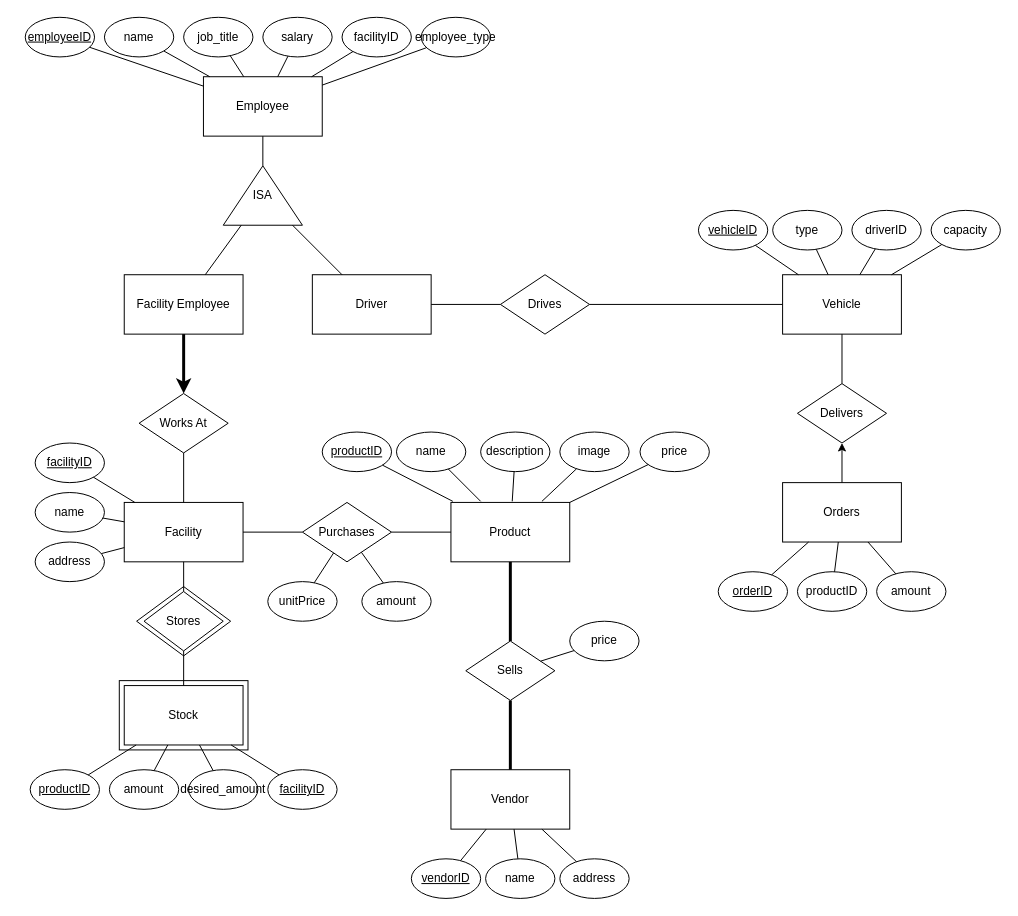
Lorant7/ManageMore keeps this draw.io diagram as ER Diagram Final.drawio. Above is the earlier version. Source tidied: cells renumbered, new cells numbered last; positions are measured from the earlier drawing's top-left corner, leaving out a move shared by most shapes. Both pictures are drawn from the tidied source at 99%, with x=0, y=0 at pixel (25, 17).
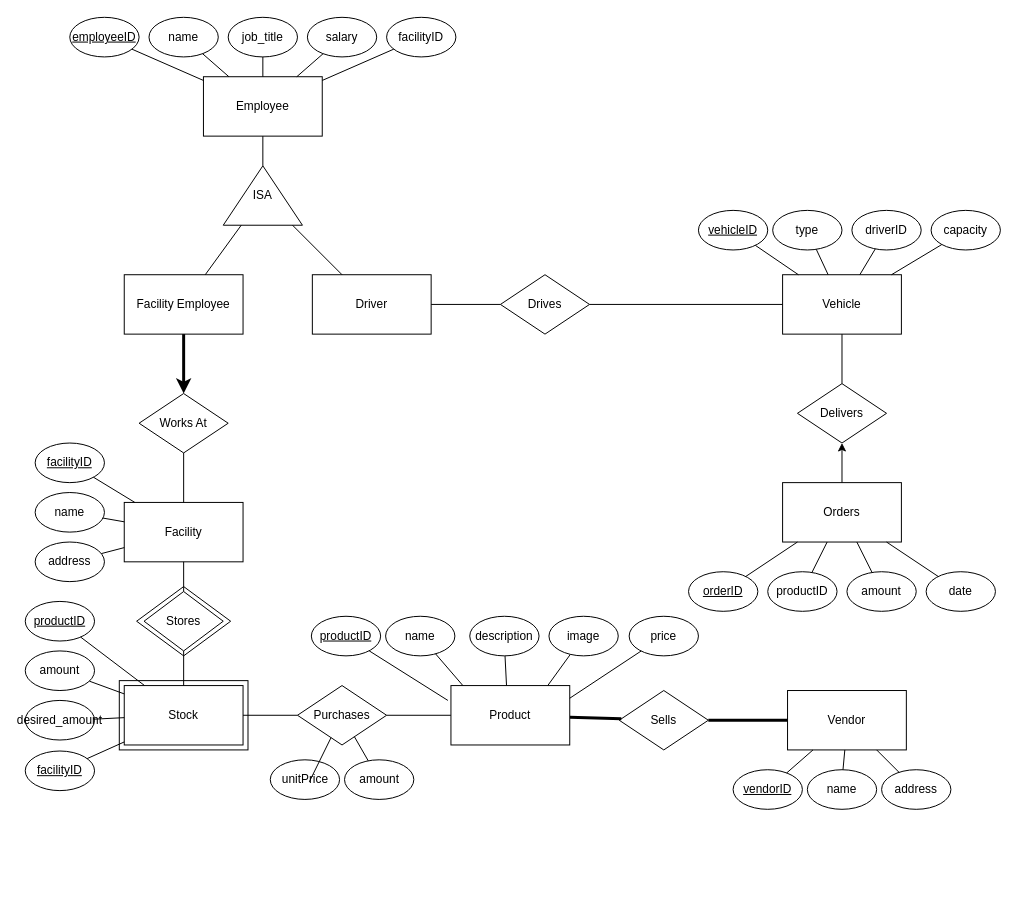
After the change.

Unchanged cells that the change refers to:
```xml
<mxCell id="5" value="Employee" style="rounded=0;whiteSpace=wrap;html=1;" parent="1" vertex="1">
  <mxGeometry x="180" y="60" width="120" height="60" as="geometry" />
</mxCell>
<mxCell id="7" value="Stock" style="rounded=0;whiteSpace=wrap;html=1;" parent="1" vertex="1">
  <mxGeometry x="100" y="675" width="120" height="60" as="geometry" />
</mxCell>
<mxCell id="8" value="Facility" style="rounded=0;whiteSpace=wrap;html=1;" parent="1" vertex="1">
  <mxGeometry x="100" y="490" width="120" height="60" as="geometry" />
</mxCell>
<mxCell id="16" value="Orders" style="rounded=0;whiteSpace=wrap;html=1;" parent="1" vertex="1">
  <mxGeometry x="765" y="470" width="120" height="60" as="geometry" />
</mxCell>
```

What changed in the source:
```diff
@@
-    <mxCell id="6" value="Product" style="rounded=0;whiteSpace=wrap;html=1;" parent="1" vertex="1">
-      <mxGeometry x="430" y="490" width="120" height="60" as="geometry" />
-    </mxCell>
@@
     <mxCell id="15" value="Vendor" style="rounded=0;whiteSpace=wrap;html=1;" parent="1" vertex="1">
-      <mxGeometry x="430" y="760" width="120" height="60" as="geometry" />
+      <mxGeometry x="770" y="680" width="120" height="60" as="geometry" />
     </mxCell>
@@
     <mxCell id="18" value="Sells" style="rhombus;whiteSpace=wrap;html=1;" parent="1" vertex="1">
-      <mxGeometry x="445" y="630" width="90" height="60" as="geometry" />
+      <mxGeometry x="600" y="680" width="90" height="60" as="geometry" />
     </mxCell>
     <mxCell id="19" value="Purchases" style="rhombus;whiteSpace=wrap;html=1;" parent="1" vertex="1">
-      <mxGeometry x="280" y="490" width="90" height="60" as="geometry" />
+      <mxGeometry x="275" y="675" width="90" height="60" as="geometry" />
     </mxCell>
@@
-    <mxCell id="27" style="endArrow=none;html=1;rounded=0;" parent="1" edge="1" source="19" target="8">
+    <mxCell id="27" style="endArrow=none;html=1;rounded=0;" parent="1" edge="1" source="19" target="7">
       <mxGeometry relative="1" as="geometry" />
     </mxCell>
@@
     <mxCell id="35" value="&lt;u&gt;employeeID&lt;/u&gt;" style="ellipse;whiteSpace=wrap;html=1;" parent="1" vertex="1">
-      <mxGeometry width="70" height="40" as="geometry" />
+      <mxGeometry x="45" width="70" height="40" as="geometry" />
     </mxCell>
-    <mxCell id="36" value="employee_type" style="ellipse;whiteSpace=wrap;html=1;" parent="1" vertex="1">
-      <mxGeometry x="400" width="70" height="40" as="geometry" />
-    </mxCell>
     <mxCell id="37" value="facilityID" style="ellipse;whiteSpace=wrap;html=1;" parent="1" vertex="1">
-      <mxGeometry x="320" width="70" height="40" as="geometry" />
+      <mxGeometry x="365" width="70" height="40" as="geometry" />
     </mxCell>
     <mxCell id="38" value="salary" style="ellipse;whiteSpace=wrap;html=1;" parent="1" vertex="1">
-      <mxGeometry x="240" width="70" height="40" as="geometry" />
+      <mxGeometry x="285" width="70" height="40" as="geometry" />
     </mxCell>
     <mxCell id="39" value="job_title" style="ellipse;whiteSpace=wrap;html=1;" parent="1" vertex="1">
-      <mxGeometry x="160" width="70" height="40" as="geometry" />
+      <mxGeometry x="205" width="70" height="40" as="geometry" />
     </mxCell>
     <mxCell id="40" value="name" style="ellipse;whiteSpace=wrap;html=1;" parent="1" vertex="1">
-      <mxGeometry x="80" width="70" height="40" as="geometry" />
+      <mxGeometry x="125" width="70" height="40" as="geometry" />
     </mxCell>
-    <mxCell id="41" style="endArrow=none;html=1;rounded=0;" parent="1" edge="1" source="5" target="36">
-      <mxGeometry relative="1" as="geometry" />
-    </mxCell>
@@
     <mxCell id="53" value="amount" style="ellipse;whiteSpace=wrap;html=1;" parent="1" vertex="1">
-      <mxGeometry x="85" y="760" width="70" height="40" as="geometry" />
+      <mxGeometry y="640" width="70" height="40" as="geometry" />
     </mxCell>
     <mxCell id="54" value="&lt;u&gt;facilityID&lt;/u&gt;" style="ellipse;whiteSpace=wrap;html=1;" parent="1" vertex="1">
-      <mxGeometry x="245" y="760" width="70" height="40" as="geometry" />
+      <mxGeometry y="741.1" width="70" height="40" as="geometry" />
     </mxCell>
     <mxCell id="55" value="desired_amount" style="ellipse;whiteSpace=wrap;html=1;" parent="1" vertex="1">
-      <mxGeometry x="165" y="760" width="70" height="40" as="geometry" />
+      <mxGeometry y="690" width="70" height="40" as="geometry" />
     </mxCell>
     <mxCell id="56" value="&lt;u&gt;productID&lt;/u&gt;" style="ellipse;whiteSpace=wrap;html=1;" parent="1" vertex="1">
-      <mxGeometry x="5" y="760" width="70" height="40" as="geometry" />
+      <mxGeometry y="590" width="70" height="40" as="geometry" />
     </mxCell>
@@
     <mxCell id="69" value="address" style="ellipse;whiteSpace=wrap;html=1;" parent="1" vertex="1">
-      <mxGeometry x="540" y="850" width="70" height="40" as="geometry" />
+      <mxGeometry x="865" y="760" width="70" height="40" as="geometry" />
     </mxCell>
     <mxCell id="70" value="name" style="ellipse;whiteSpace=wrap;html=1;" parent="1" vertex="1">
-      <mxGeometry x="465" y="850" width="70" height="40" as="geometry" />
+      <mxGeometry x="790" y="760" width="70" height="40" as="geometry" />
     </mxCell>
     <mxCell id="71" value="&lt;u&gt;vendorID&lt;/u&gt;" style="ellipse;whiteSpace=wrap;html=1;" parent="1" vertex="1">
-      <mxGeometry x="390" y="850" width="70" height="40" as="geometry" />
+      <mxGeometry x="715" y="760" width="70" height="40" as="geometry" />
     </mxCell>
@@
     <mxCell id="75" value="image" style="ellipse;whiteSpace=wrap;html=1;" parent="1" vertex="1">
-      <mxGeometry x="540" y="418.9" width="70" height="40" as="geometry" />
+      <mxGeometry x="529" y="605" width="70" height="40" as="geometry" />
     </mxCell>
     <mxCell id="76" value="description" style="ellipse;whiteSpace=wrap;html=1;" parent="1" vertex="1">
-      <mxGeometry x="460" y="418.9" width="70" height="40" as="geometry" />
+      <mxGeometry x="449" y="605" width="70" height="40" as="geometry" />
     </mxCell>
     <mxCell id="77" value="name" style="ellipse;whiteSpace=wrap;html=1;" parent="1" vertex="1">
-      <mxGeometry x="375" y="418.9" width="70" height="40" as="geometry" />
+      <mxGeometry x="364" y="605" width="70" height="40" as="geometry" />
     </mxCell>
     <mxCell id="78" value="&lt;u&gt;productID&lt;/u&gt;" style="ellipse;whiteSpace=wrap;html=1;" parent="1" vertex="1">
-      <mxGeometry x="300" y="418.9" width="70" height="40" as="geometry" />
+      <mxGeometry x="289" y="605" width="70" height="40" as="geometry" />
     </mxCell>
     <mxCell id="79" style="endArrow=none;html=1;rounded=0;" parent="1" edge="1" target="77">
       <mxGeometry relative="1" as="geometry">
-        <mxPoint x="460" y="488.9" as="sourcePoint" />
+        <mxPoint x="455" y="690" as="sourcePoint" />
       </mxGeometry>
     </mxCell>
     <mxCell id="80" style="endArrow=none;html=1;rounded=0;" parent="1" edge="1" source="76">
       <mxGeometry relative="1" as="geometry">
-        <mxPoint x="491.9" y="488.9" as="targetPoint" />
+        <mxPoint x="486.9" y="690" as="targetPoint" />
       </mxGeometry>
     </mxCell>
     <mxCell id="81" style="endArrow=none;html=1;rounded=0;" parent="1" edge="1" target="75">
       <mxGeometry relative="1" as="geometry">
-        <mxPoint x="521.9" y="488.9" as="sourcePoint" />
+        <mxPoint x="516.9" y="690" as="sourcePoint" />
       </mxGeometry>
     </mxCell>
     <mxCell id="82" style="endArrow=none;html=1;rounded=0;" parent="1" edge="1" target="78">
       <mxGeometry relative="1" as="geometry">
-        <mxPoint x="431.9" y="488.9" as="sourcePoint" />
+        <mxPoint x="426.9" y="690" as="sourcePoint" />
       </mxGeometry>
     </mxCell>
-    <mxCell id="83" value="price" style="ellipse;whiteSpace=wrap;html=1;" parent="1" vertex="1">
-      <mxGeometry x="550" y="610" width="70" height="40" as="geometry" />
-    </mxCell>
-    <mxCell id="84" style="endArrow=none;html=1;rounded=0;" parent="1" edge="1" source="18" target="83">
-      <mxGeometry relative="1" as="geometry" />
-    </mxCell>
     <mxCell id="85" value="amount" style="ellipse;whiteSpace=wrap;html=1;" parent="1" vertex="1">
-      <mxGeometry x="860" y="560" width="70" height="40" as="geometry" />
+      <mxGeometry x="830" y="560" width="70" height="40" as="geometry" />
     </mxCell>
     <mxCell id="86" value="productID" style="ellipse;whiteSpace=wrap;html=1;" parent="1" vertex="1">
-      <mxGeometry x="780" y="560" width="70" height="40" as="geometry" />
+      <mxGeometry x="750" y="560" width="70" height="40" as="geometry" />
     </mxCell>
     <mxCell id="87" value="&lt;u&gt;orderID&lt;/u&gt;" style="ellipse;whiteSpace=wrap;html=1;" parent="1" vertex="1">
-      <mxGeometry x="700" y="560" width="70" height="40" as="geometry" />
+      <mxGeometry x="670" y="560" width="70" height="40" as="geometry" />
     </mxCell>
@@
     <mxCell id="91" value="price" style="ellipse;whiteSpace=wrap;html=1;" parent="1" vertex="1">
-      <mxGeometry x="621" y="418.9" width="70" height="40" as="geometry" />
+      <mxGeometry x="610" y="605" width="70" height="40" as="geometry" />
     </mxCell>
     <mxCell id="92" style="endArrow=none;html=1;rounded=0;" parent="1" edge="1" target="91">
       <mxGeometry relative="1" as="geometry">
-        <mxPoint x="550" y="490" as="sourcePoint" />
+        <mxPoint x="545" y="691.1" as="sourcePoint" />
       </mxGeometry>
     </mxCell>
     <mxCell id="93" value="unitPrice" style="ellipse;whiteSpace=wrap;html=1;" parent="1" vertex="1">
-      <mxGeometry x="245" y="570" width="70" height="40" as="geometry" />
+      <mxGeometry x="247.5" y="750" width="70" height="40" as="geometry" />
     </mxCell>
     <mxCell id="94" value="amount" style="ellipse;whiteSpace=wrap;html=1;" parent="1" vertex="1">
-      <mxGeometry x="340" y="570" width="70" height="40" as="geometry" />
+      <mxGeometry x="322.5" y="750" width="70" height="40" as="geometry" />
     </mxCell>
@@
-    <mxCell id="96" style="endArrow=none;html=1;rounded=0;" parent="1" edge="1" source="93" target="19">
-      <mxGeometry relative="1" as="geometry" />
+    <mxCell id="96" style="endArrow=none;html=1;rounded=0;" parent="1" edge="1" target="19">
+      <mxGeometry relative="1" as="geometry">
+        <mxPoint x="286.9" y="772.3" as="sourcePoint" />
+      </mxGeometry>
     </mxCell>
@@
+    <mxCell id="98" value="date" style="ellipse;whiteSpace=wrap;html=1;" parent="1" vertex="1">
+      <mxGeometry x="910" y="560" width="70" height="40" as="geometry" />
+    </mxCell>
+    <mxCell id="99" style="endArrow=none;html=1;rounded=0;" parent="1" edge="1" source="16" target="98">
+      <mxGeometry relative="1" as="geometry" />
+    </mxCell>
+    <mxCell id="6" value="Product" style="rounded=0;whiteSpace=wrap;html=1;" parent="1" vertex="1">
+      <mxGeometry x="430" y="675" width="120" height="60" as="geometry" />
+    </mxCell>
```
